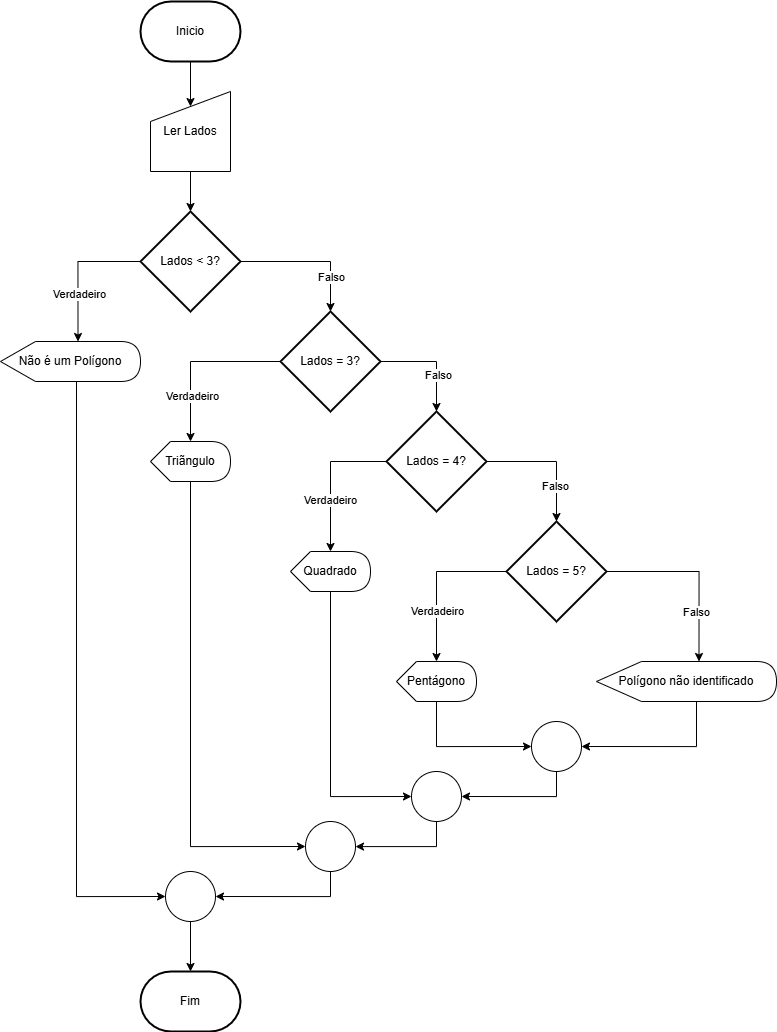
Before: Diagramas/exercicios22.drawio.png, a diagram exported from draw.io (andrew-cdia/algoritmos-lista1). Source tidied: cells renumbered, new cells last; positions are measured from the earlier drawing's top-left corner, leaving out a move shared by most shapes.
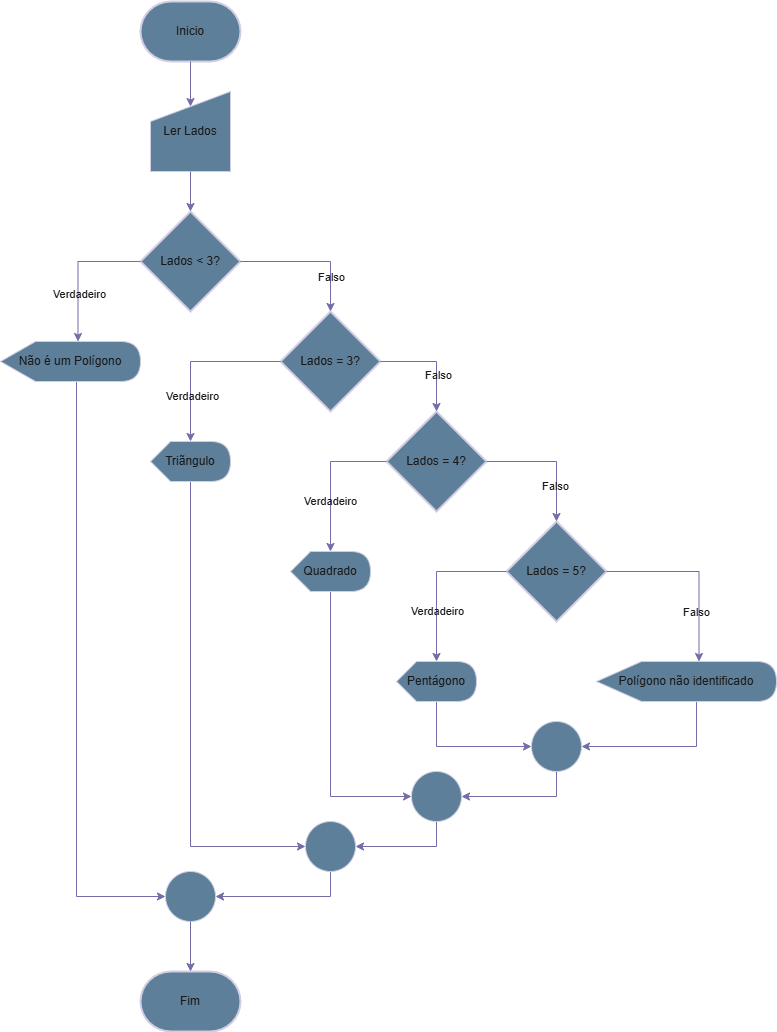
Later version of the same file.

Change to the diagram source:
```diff
@@ -2,173 +2,173 @@
   <root>
     <mxCell id="0" />
     <mxCell id="1" parent="0" />
-    <mxCell id="2" value="Fim" style="strokeWidth=2;html=1;shape=mxgraph.flowchart.terminator;whiteSpace=wrap;" parent="1" vertex="1">
+    <mxCell id="2" value="Fim" style="strokeWidth=2;html=1;shape=mxgraph.flowchart.terminator;whiteSpace=wrap;labelBackgroundColor=none;fillColor=#5D7F99;strokeColor=#D0CEE2;fontColor=#1A1A1A;" parent="1" vertex="1">
       <mxGeometry x="140" y="970" width="100" height="60" as="geometry" />
     </mxCell>
-    <mxCell id="3" value="Inicio" style="strokeWidth=2;html=1;shape=mxgraph.flowchart.terminator;whiteSpace=wrap;" parent="1" vertex="1">
+    <mxCell id="3" value="Inicio" style="strokeWidth=2;html=1;shape=mxgraph.flowchart.terminator;whiteSpace=wrap;labelBackgroundColor=none;fillColor=#5D7F99;strokeColor=#D0CEE2;fontColor=#1A1A1A;" parent="1" vertex="1">
       <mxGeometry x="140" width="100" height="60" as="geometry" />
     </mxCell>
-    <mxCell id="4" value="Ler Lados" style="shape=manualInput;whiteSpace=wrap;html=1;" parent="1" vertex="1">
+    <mxCell id="4" value="Ler Lados" style="shape=manualInput;whiteSpace=wrap;html=1;labelBackgroundColor=none;fillColor=#5D7F99;strokeColor=#D0CEE2;fontColor=#1A1A1A;" parent="1" vertex="1">
       <mxGeometry x="150" y="90" width="80" height="80" as="geometry" />
     </mxCell>
-    <mxCell id="5" value="Lados &amp;lt; 3?" style="strokeWidth=2;html=1;shape=mxgraph.flowchart.decision;whiteSpace=wrap;" parent="1" vertex="1">
+    <mxCell id="5" value="Lados &amp;lt; 3?" style="strokeWidth=2;html=1;shape=mxgraph.flowchart.decision;whiteSpace=wrap;labelBackgroundColor=none;fillColor=#5D7F99;strokeColor=#D0CEE2;fontColor=#1A1A1A;" parent="1" vertex="1">
       <mxGeometry x="140" y="210" width="100" height="100" as="geometry" />
     </mxCell>
-    <mxCell id="6" value="Lados = 3?" style="strokeWidth=2;html=1;shape=mxgraph.flowchart.decision;whiteSpace=wrap;" parent="1" vertex="1">
+    <mxCell id="6" value="Lados = 3?" style="strokeWidth=2;html=1;shape=mxgraph.flowchart.decision;whiteSpace=wrap;labelBackgroundColor=none;fillColor=#5D7F99;strokeColor=#D0CEE2;fontColor=#1A1A1A;" parent="1" vertex="1">
       <mxGeometry x="280" y="310" width="100" height="100" as="geometry" />
     </mxCell>
-    <mxCell id="7" value="Lados = 4?" style="strokeWidth=2;html=1;shape=mxgraph.flowchart.decision;whiteSpace=wrap;" parent="1" vertex="1">
+    <mxCell id="7" value="Lados = 4?" style="strokeWidth=2;html=1;shape=mxgraph.flowchart.decision;whiteSpace=wrap;labelBackgroundColor=none;fillColor=#5D7F99;strokeColor=#D0CEE2;fontColor=#1A1A1A;" parent="1" vertex="1">
       <mxGeometry x="386" y="410" width="100" height="100" as="geometry" />
     </mxCell>
-    <mxCell id="8" value="Lados = 5?" style="strokeWidth=2;html=1;shape=mxgraph.flowchart.decision;whiteSpace=wrap;" parent="1" vertex="1">
+    <mxCell id="8" value="Lados = 5?" style="strokeWidth=2;html=1;shape=mxgraph.flowchart.decision;whiteSpace=wrap;labelBackgroundColor=none;fillColor=#5D7F99;strokeColor=#D0CEE2;fontColor=#1A1A1A;" parent="1" vertex="1">
       <mxGeometry x="506" y="520" width="100" height="100" as="geometry" />
     </mxCell>
-    <mxCell id="9" style="edgeStyle=orthogonalEdgeStyle;rounded=0;jettySize=auto;html=1;entryX=0;entryY=0.5;entryDx=0;entryDy=0;" parent="1" edge="1" source="10" target="37">
+    <mxCell id="9" style="edgeStyle=orthogonalEdgeStyle;rounded=0;jettySize=auto;html=1;entryX=0;entryY=0.5;entryDx=0;entryDy=0;labelBackgroundColor=none;strokeColor=#736CA8;fontColor=default;" parent="1" edge="1" source="10" target="37">
       <mxGeometry relative="1" as="geometry">
         <Array as="points">
           <mxPoint x="76" y="895" />
         </Array>
       </mxGeometry>
     </mxCell>
-    <mxCell id="10" value="Não é um Polígono" style="shape=display;whiteSpace=wrap;html=1;" parent="1" vertex="1">
+    <mxCell id="10" value="Não é um Polígono" style="shape=display;whiteSpace=wrap;html=1;labelBackgroundColor=none;fillColor=#5D7F99;strokeColor=#D0CEE2;fontColor=#1A1A1A;" parent="1" vertex="1">
       <mxGeometry y="340" width="140" height="40" as="geometry" />
     </mxCell>
-    <mxCell id="11" style="edgeStyle=orthogonalEdgeStyle;rounded=0;jettySize=auto;html=1;entryX=0;entryY=0.5;entryDx=0;entryDy=0;" parent="1" edge="1" source="12" target="36">
+    <mxCell id="11" style="edgeStyle=orthogonalEdgeStyle;rounded=0;jettySize=auto;html=1;entryX=0;entryY=0.5;entryDx=0;entryDy=0;labelBackgroundColor=none;strokeColor=#736CA8;fontColor=default;" parent="1" edge="1" source="12" target="36">
       <mxGeometry relative="1" as="geometry">
         <Array as="points">
           <mxPoint x="190" y="845" />
         </Array>
       </mxGeometry>
     </mxCell>
-    <mxCell id="12" value="Triãngulo" style="shape=display;whiteSpace=wrap;html=1;" parent="1" vertex="1">
+    <mxCell id="12" value="Triãngulo" style="shape=display;whiteSpace=wrap;html=1;labelBackgroundColor=none;fillColor=#5D7F99;strokeColor=#D0CEE2;fontColor=#1A1A1A;" parent="1" vertex="1">
       <mxGeometry x="150" y="440" width="80" height="40" as="geometry" />
     </mxCell>
-    <mxCell id="13" style="edgeStyle=orthogonalEdgeStyle;rounded=0;jettySize=auto;html=1;entryX=0;entryY=0.5;entryDx=0;entryDy=0;" parent="1" edge="1" source="14" target="26">
+    <mxCell id="13" style="edgeStyle=orthogonalEdgeStyle;rounded=0;jettySize=auto;html=1;entryX=0;entryY=0.5;entryDx=0;entryDy=0;labelBackgroundColor=none;strokeColor=#736CA8;fontColor=default;" parent="1" edge="1" source="14" target="26">
       <mxGeometry relative="1" as="geometry">
         <Array as="points">
           <mxPoint x="330" y="795" />
         </Array>
       </mxGeometry>
     </mxCell>
-    <mxCell id="14" value="Quadrado" style="shape=display;whiteSpace=wrap;html=1;" parent="1" vertex="1">
+    <mxCell id="14" value="Quadrado" style="shape=display;whiteSpace=wrap;html=1;labelBackgroundColor=none;fillColor=#5D7F99;strokeColor=#D0CEE2;fontColor=#1A1A1A;" parent="1" vertex="1">
       <mxGeometry x="290" y="550" width="80" height="40" as="geometry" />
     </mxCell>
-    <mxCell id="15" style="edgeStyle=orthogonalEdgeStyle;rounded=0;jettySize=auto;html=1;entryX=0;entryY=0.5;entryDx=0;entryDy=0;" parent="1" edge="1" source="16" target="24">
+    <mxCell id="15" style="edgeStyle=orthogonalEdgeStyle;rounded=0;jettySize=auto;html=1;entryX=0;entryY=0.5;entryDx=0;entryDy=0;labelBackgroundColor=none;strokeColor=#736CA8;fontColor=default;" parent="1" edge="1" source="16" target="24">
       <mxGeometry relative="1" as="geometry">
         <Array as="points">
           <mxPoint x="436" y="745" />
         </Array>
       </mxGeometry>
     </mxCell>
-    <mxCell id="16" value="Pentágono" style="shape=display;whiteSpace=wrap;html=1;" parent="1" vertex="1">
+    <mxCell id="16" value="Pentágono" style="shape=display;whiteSpace=wrap;html=1;labelBackgroundColor=none;fillColor=#5D7F99;strokeColor=#D0CEE2;fontColor=#1A1A1A;" parent="1" vertex="1">
       <mxGeometry x="396" y="660" width="80" height="40" as="geometry" />
     </mxCell>
-    <mxCell id="17" style="edgeStyle=orthogonalEdgeStyle;rounded=0;jettySize=auto;html=1;entryX=1;entryY=0.5;entryDx=0;entryDy=0;" parent="1" edge="1" source="18" target="24">
+    <mxCell id="17" style="edgeStyle=orthogonalEdgeStyle;rounded=0;jettySize=auto;html=1;entryX=1;entryY=0.5;entryDx=0;entryDy=0;labelBackgroundColor=none;strokeColor=#736CA8;fontColor=default;" parent="1" edge="1" source="18" target="24">
       <mxGeometry relative="1" as="geometry">
         <Array as="points">
           <mxPoint x="696" y="745" />
         </Array>
       </mxGeometry>
     </mxCell>
-    <mxCell id="18" value="Polígono não identificado" style="shape=display;whiteSpace=wrap;html=1;" parent="1" vertex="1">
+    <mxCell id="18" value="Polígono não identificado" style="shape=display;whiteSpace=wrap;html=1;labelBackgroundColor=none;fillColor=#5D7F99;strokeColor=#D0CEE2;fontColor=#1A1A1A;" parent="1" vertex="1">
       <mxGeometry x="596" y="660" width="180" height="40" as="geometry" />
     </mxCell>
-    <mxCell id="19" style="edgeStyle=orthogonalEdgeStyle;rounded=0;jettySize=auto;html=1;entryX=0;entryY=0;entryDx=40;entryDy=0;entryPerimeter=0;" parent="1" edge="1" source="8" target="16">
+    <mxCell id="19" style="edgeStyle=orthogonalEdgeStyle;rounded=0;jettySize=auto;html=1;entryX=0;entryY=0;entryDx=40;entryDy=0;entryPerimeter=0;labelBackgroundColor=none;strokeColor=#736CA8;fontColor=default;" parent="1" edge="1" source="8" target="16">
       <mxGeometry relative="1" as="geometry" />
     </mxCell>
-    <mxCell id="20" value="Verdadeiro" style="edgeLabel;html=1;align=center;verticalAlign=middle;" parent="19" vertex="1">
+    <mxCell id="20" value="Verdadeiro" style="edgeLabel;html=1;align=center;verticalAlign=middle;labelBackgroundColor=none;fontColor=#1A1A1A;" parent="19" vertex="1">
       <mxGeometry x="0.36" relative="1" as="geometry" />
     </mxCell>
-    <mxCell id="21" style="edgeStyle=orthogonalEdgeStyle;rounded=0;jettySize=auto;html=1;entryX=0;entryY=0;entryDx=102.5;entryDy=0;entryPerimeter=0;" parent="1" edge="1" source="8" target="18">
+    <mxCell id="21" style="edgeStyle=orthogonalEdgeStyle;rounded=0;jettySize=auto;html=1;entryX=0;entryY=0;entryDx=102.5;entryDy=0;entryPerimeter=0;labelBackgroundColor=none;strokeColor=#736CA8;fontColor=default;" parent="1" edge="1" source="8" target="18">
       <mxGeometry relative="1" as="geometry">
         <Array as="points">
           <mxPoint x="699" y="570" />
         </Array>
       </mxGeometry>
     </mxCell>
-    <mxCell id="22" value="Falso" style="edgeLabel;html=1;align=center;verticalAlign=middle;" parent="21" vertex="1">
+    <mxCell id="22" value="Falso" style="edgeLabel;html=1;align=center;verticalAlign=middle;labelBackgroundColor=none;fontColor=#1A1A1A;" parent="21" vertex="1">
       <mxGeometry x="0.46" y="-3" relative="1" as="geometry" />
     </mxCell>
-    <mxCell id="23" style="edgeStyle=orthogonalEdgeStyle;rounded=0;jettySize=auto;html=1;entryX=1;entryY=0.5;entryDx=0;entryDy=0;" parent="1" edge="1" source="24" target="26">
+    <mxCell id="23" style="edgeStyle=orthogonalEdgeStyle;rounded=0;jettySize=auto;html=1;entryX=1;entryY=0.5;entryDx=0;entryDy=0;labelBackgroundColor=none;strokeColor=#736CA8;fontColor=default;" parent="1" edge="1" source="24" target="26">
       <mxGeometry relative="1" as="geometry">
         <Array as="points">
           <mxPoint x="556" y="795" />
         </Array>
       </mxGeometry>
     </mxCell>
-    <mxCell id="24" style="ellipse;whiteSpace=wrap;html=1;" parent="1" vertex="1">
+    <mxCell id="24" style="ellipse;whiteSpace=wrap;html=1;labelBackgroundColor=none;fillColor=#5D7F99;strokeColor=#D0CEE2;fontColor=#1A1A1A;" parent="1" vertex="1">
       <mxGeometry x="531" y="720" width="50" height="50" as="geometry" />
     </mxCell>
-    <mxCell id="25" style="edgeStyle=orthogonalEdgeStyle;rounded=0;jettySize=auto;html=1;" parent="1" edge="1" source="26" target="36">
+    <mxCell id="25" style="edgeStyle=orthogonalEdgeStyle;rounded=0;jettySize=auto;html=1;labelBackgroundColor=none;strokeColor=#736CA8;fontColor=default;" parent="1" edge="1" source="26" target="36">
       <mxGeometry relative="1" as="geometry">
         <Array as="points">
           <mxPoint x="436" y="845" />
         </Array>
       </mxGeometry>
     </mxCell>
-    <mxCell id="26" style="ellipse;whiteSpace=wrap;html=1;" parent="1" vertex="1">
+    <mxCell id="26" style="ellipse;whiteSpace=wrap;html=1;labelBackgroundColor=none;fillColor=#5D7F99;strokeColor=#D0CEE2;fontColor=#1A1A1A;" parent="1" vertex="1">
       <mxGeometry x="411" y="770" width="50" height="50" as="geometry" />
     </mxCell>
-    <mxCell id="27" style="edgeStyle=orthogonalEdgeStyle;rounded=0;jettySize=auto;html=1;entryX=0;entryY=0;entryDx=40;entryDy=0;entryPerimeter=0;" parent="1" edge="1" source="7" target="14">
+    <mxCell id="27" style="edgeStyle=orthogonalEdgeStyle;rounded=0;jettySize=auto;html=1;entryX=0;entryY=0;entryDx=40;entryDy=0;entryPerimeter=0;labelBackgroundColor=none;strokeColor=#736CA8;fontColor=default;" parent="1" edge="1" source="7" target="14">
       <mxGeometry relative="1" as="geometry" />
     </mxCell>
-    <mxCell id="28" value="Verdadeiro" style="edgeLabel;html=1;align=center;verticalAlign=middle;" parent="27" vertex="1">
+    <mxCell id="28" value="Verdadeiro" style="edgeLabel;html=1;align=center;verticalAlign=middle;labelBackgroundColor=none;fontColor=#1A1A1A;" parent="27" vertex="1">
       <mxGeometry x="0.29" y="-1" relative="1" as="geometry" />
     </mxCell>
-    <mxCell id="29" style="edgeStyle=orthogonalEdgeStyle;rounded=0;jettySize=auto;html=1;entryX=0.5;entryY=0;entryDx=0;entryDy=0;entryPerimeter=0;" parent="1" edge="1" source="7" target="8">
+    <mxCell id="29" style="edgeStyle=orthogonalEdgeStyle;rounded=0;jettySize=auto;html=1;entryX=0.5;entryY=0;entryDx=0;entryDy=0;entryPerimeter=0;labelBackgroundColor=none;strokeColor=#736CA8;fontColor=default;" parent="1" edge="1" source="7" target="8">
       <mxGeometry relative="1" as="geometry" />
     </mxCell>
-    <mxCell id="30" value="Falso" style="edgeLabel;html=1;align=center;verticalAlign=middle;" parent="29" vertex="1">
+    <mxCell id="30" value="Falso" style="edgeLabel;html=1;align=center;verticalAlign=middle;labelBackgroundColor=none;fontColor=#1A1A1A;" parent="29" vertex="1">
       <mxGeometry x="0.44" y="-2" relative="1" as="geometry" />
     </mxCell>
-    <mxCell id="31" style="edgeStyle=orthogonalEdgeStyle;rounded=0;jettySize=auto;html=1;entryX=0.5;entryY=0;entryDx=0;entryDy=0;entryPerimeter=0;" parent="1" edge="1" source="6" target="7">
+    <mxCell id="31" style="edgeStyle=orthogonalEdgeStyle;rounded=0;jettySize=auto;html=1;entryX=0.5;entryY=0;entryDx=0;entryDy=0;entryPerimeter=0;labelBackgroundColor=none;strokeColor=#736CA8;fontColor=default;" parent="1" edge="1" source="6" target="7">
       <mxGeometry relative="1" as="geometry" />
     </mxCell>
-    <mxCell id="32" value="Falso" style="edgeLabel;html=1;align=center;verticalAlign=middle;" parent="31" vertex="1">
+    <mxCell id="32" value="Falso" style="edgeLabel;html=1;align=center;verticalAlign=middle;labelBackgroundColor=none;fontColor=#1A1A1A;" parent="31" vertex="1">
       <mxGeometry x="0.31" y="1" relative="1" as="geometry" />
     </mxCell>
-    <mxCell id="33" style="edgeStyle=orthogonalEdgeStyle;rounded=0;jettySize=auto;html=1;entryX=0;entryY=0;entryDx=40;entryDy=0;entryPerimeter=0;" parent="1" edge="1" source="6" target="12">
+    <mxCell id="33" style="edgeStyle=orthogonalEdgeStyle;rounded=0;jettySize=auto;html=1;entryX=0;entryY=0;entryDx=40;entryDy=0;entryPerimeter=0;labelBackgroundColor=none;strokeColor=#736CA8;fontColor=default;" parent="1" edge="1" source="6" target="12">
       <mxGeometry relative="1" as="geometry" />
     </mxCell>
-    <mxCell id="34" value="Verdadeiro" style="edgeLabel;html=1;align=center;verticalAlign=middle;" parent="33" vertex="1">
+    <mxCell id="34" value="Verdadeiro" style="edgeLabel;html=1;align=center;verticalAlign=middle;labelBackgroundColor=none;fontColor=#1A1A1A;" parent="33" vertex="1">
       <mxGeometry x="0.46" y="1" relative="1" as="geometry" />
     </mxCell>
-    <mxCell id="35" style="edgeStyle=orthogonalEdgeStyle;rounded=0;jettySize=auto;html=1;entryX=1;entryY=0.5;entryDx=0;entryDy=0;" parent="1" edge="1" source="36" target="37">
+    <mxCell id="35" style="edgeStyle=orthogonalEdgeStyle;rounded=0;jettySize=auto;html=1;entryX=1;entryY=0.5;entryDx=0;entryDy=0;labelBackgroundColor=none;strokeColor=#736CA8;fontColor=default;" parent="1" edge="1" source="36" target="37">
       <mxGeometry relative="1" as="geometry">
         <Array as="points">
           <mxPoint x="330" y="895" />
         </Array>
       </mxGeometry>
     </mxCell>
-    <mxCell id="36" style="ellipse;whiteSpace=wrap;html=1;" parent="1" vertex="1">
+    <mxCell id="36" style="ellipse;whiteSpace=wrap;html=1;labelBackgroundColor=none;fillColor=#5D7F99;strokeColor=#D0CEE2;fontColor=#1A1A1A;" parent="1" vertex="1">
       <mxGeometry x="305" y="820" width="50" height="50" as="geometry" />
     </mxCell>
-    <mxCell id="37" style="ellipse;whiteSpace=wrap;html=1;" parent="1" vertex="1">
+    <mxCell id="37" style="ellipse;whiteSpace=wrap;html=1;labelBackgroundColor=none;fillColor=#5D7F99;strokeColor=#D0CEE2;fontColor=#1A1A1A;" parent="1" vertex="1">
       <mxGeometry x="165" y="870" width="50" height="50" as="geometry" />
     </mxCell>
-    <mxCell id="38" style="edgeStyle=orthogonalEdgeStyle;rounded=0;jettySize=auto;html=1;entryX=0;entryY=0;entryDx=77.5;entryDy=0;entryPerimeter=0;" parent="1" edge="1" source="5" target="10">
+    <mxCell id="38" style="edgeStyle=orthogonalEdgeStyle;rounded=0;jettySize=auto;html=1;entryX=0;entryY=0;entryDx=77.5;entryDy=0;entryPerimeter=0;labelBackgroundColor=none;strokeColor=#736CA8;fontColor=default;" parent="1" edge="1" source="5" target="10">
       <mxGeometry relative="1" as="geometry">
         <Array as="points">
           <mxPoint x="78" y="260" />
         </Array>
       </mxGeometry>
     </mxCell>
-    <mxCell id="39" value="Verdadeiro" style="edgeLabel;html=1;align=center;verticalAlign=middle;" parent="38" vertex="1">
+    <mxCell id="39" value="Verdadeiro" style="edgeLabel;html=1;align=center;verticalAlign=middle;labelBackgroundColor=none;fontColor=#1A1A1A;" parent="38" vertex="1">
       <mxGeometry x="0.33" y="1" relative="1" as="geometry" />
     </mxCell>
-    <mxCell id="40" style="edgeStyle=orthogonalEdgeStyle;rounded=0;jettySize=auto;html=1;entryX=0.5;entryY=0;entryDx=0;entryDy=0;entryPerimeter=0;" parent="1" edge="1" source="5" target="6">
+    <mxCell id="40" style="edgeStyle=orthogonalEdgeStyle;rounded=0;jettySize=auto;html=1;entryX=0.5;entryY=0;entryDx=0;entryDy=0;entryPerimeter=0;labelBackgroundColor=none;strokeColor=#736CA8;fontColor=default;" parent="1" edge="1" source="5" target="6">
       <mxGeometry relative="1" as="geometry" />
     </mxCell>
-    <mxCell id="41" value="Falso" style="edgeLabel;html=1;align=center;verticalAlign=middle;" parent="40" vertex="1">
+    <mxCell id="41" value="Falso" style="edgeLabel;html=1;align=center;verticalAlign=middle;labelBackgroundColor=none;fontColor=#1A1A1A;" parent="40" vertex="1">
       <mxGeometry x="0.5" relative="1" as="geometry" />
     </mxCell>
-    <mxCell id="42" style="edgeStyle=orthogonalEdgeStyle;rounded=0;jettySize=auto;html=1;entryX=0.5;entryY=0;entryDx=0;entryDy=0;entryPerimeter=0;" parent="1" edge="1" source="4" target="5">
+    <mxCell id="42" style="edgeStyle=orthogonalEdgeStyle;rounded=0;jettySize=auto;html=1;entryX=0.5;entryY=0;entryDx=0;entryDy=0;entryPerimeter=0;labelBackgroundColor=none;strokeColor=#736CA8;fontColor=default;" parent="1" edge="1" source="4" target="5">
       <mxGeometry relative="1" as="geometry" />
     </mxCell>
-    <mxCell id="43" style="edgeStyle=orthogonalEdgeStyle;rounded=0;jettySize=auto;html=1;entryX=0.5;entryY=0.188;entryDx=0;entryDy=0;entryPerimeter=0;" parent="1" edge="1" source="3" target="4">
+    <mxCell id="43" style="edgeStyle=orthogonalEdgeStyle;rounded=0;jettySize=auto;html=1;entryX=0.5;entryY=0.188;entryDx=0;entryDy=0;entryPerimeter=0;labelBackgroundColor=none;strokeColor=#736CA8;fontColor=default;" parent="1" edge="1" source="3" target="4">
       <mxGeometry relative="1" as="geometry" />
     </mxCell>
-    <mxCell id="44" style="edgeStyle=orthogonalEdgeStyle;rounded=0;jettySize=auto;html=1;entryX=0.5;entryY=0;entryDx=0;entryDy=0;entryPerimeter=0;" parent="1" edge="1" source="37" target="2">
+    <mxCell id="44" style="edgeStyle=orthogonalEdgeStyle;rounded=0;jettySize=auto;html=1;entryX=0.5;entryY=0;entryDx=0;entryDy=0;entryPerimeter=0;labelBackgroundColor=none;strokeColor=#736CA8;fontColor=default;" parent="1" edge="1" source="37" target="2">
       <mxGeometry relative="1" as="geometry" />
     </mxCell>
   </root>
```
